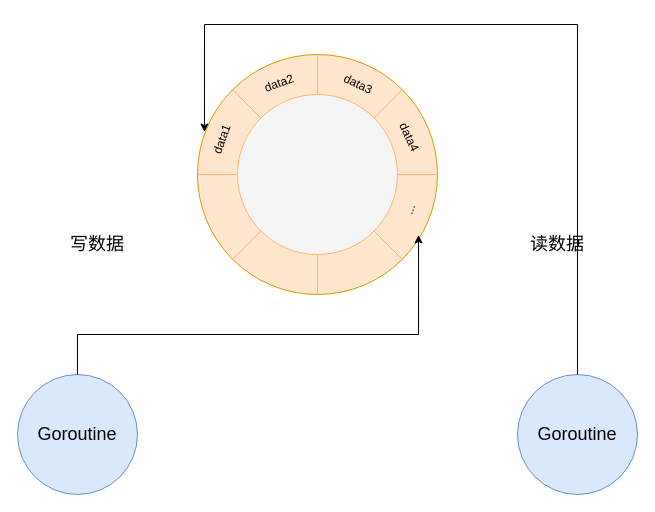
Above: go/go channel.drawio in LanSeTianYe/draw (draw.io), before the change. Source tidied: cells renumbered, new cells numbered last; positions are measured from the earlier drawing's top-left corner, leaving out a move shared by most shapes. Both pictures are drawn from the tidied source at 100%, with x=0, y=0 at pixel (17, 24).
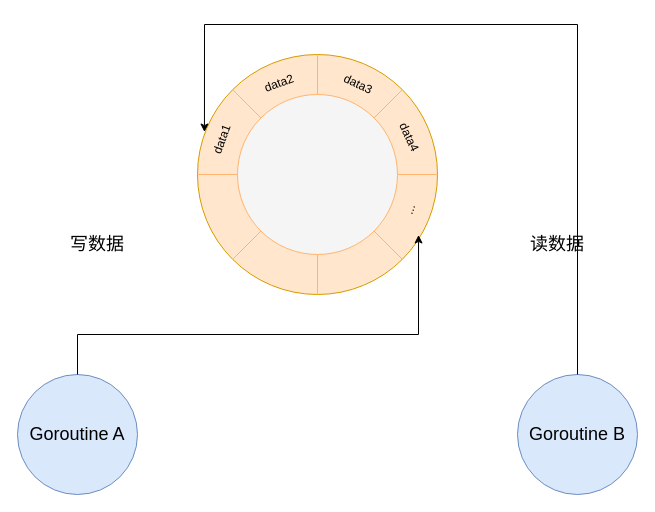
The same page after the edit.

Change to the diagram source:
```diff
@@
-    <mxCell id="3" value="&lt;font style=&quot;font-size: 18px;&quot;&gt;Goroutine&lt;/font&gt;" style="ellipse;whiteSpace=wrap;html=1;fillColor=#dae8fc;strokeColor=#6c8ebf;" parent="1" vertex="1">
+    <mxCell id="3" value="&lt;font style=&quot;font-size: 18px;&quot;&gt;Goroutine A&lt;/font&gt;" style="ellipse;whiteSpace=wrap;html=1;fillColor=#dae8fc;strokeColor=#6c8ebf;" parent="1" vertex="1">
       <mxGeometry y="350" width="120" height="120" as="geometry" />
     </mxCell>
-    <mxCell id="4" value="&lt;font style=&quot;font-size: 18px;&quot;&gt;Goroutine&lt;/font&gt;" style="ellipse;whiteSpace=wrap;html=1;fillColor=#dae8fc;strokeColor=#6c8ebf;" parent="1" vertex="1">
+    <mxCell id="4" value="&lt;font style=&quot;font-size: 18px;&quot;&gt;Goroutine B&lt;/font&gt;" style="ellipse;whiteSpace=wrap;html=1;fillColor=#dae8fc;strokeColor=#6c8ebf;" parent="1" vertex="1">
       <mxGeometry x="500" y="350" width="120" height="120" as="geometry" />
     </mxCell>
```
